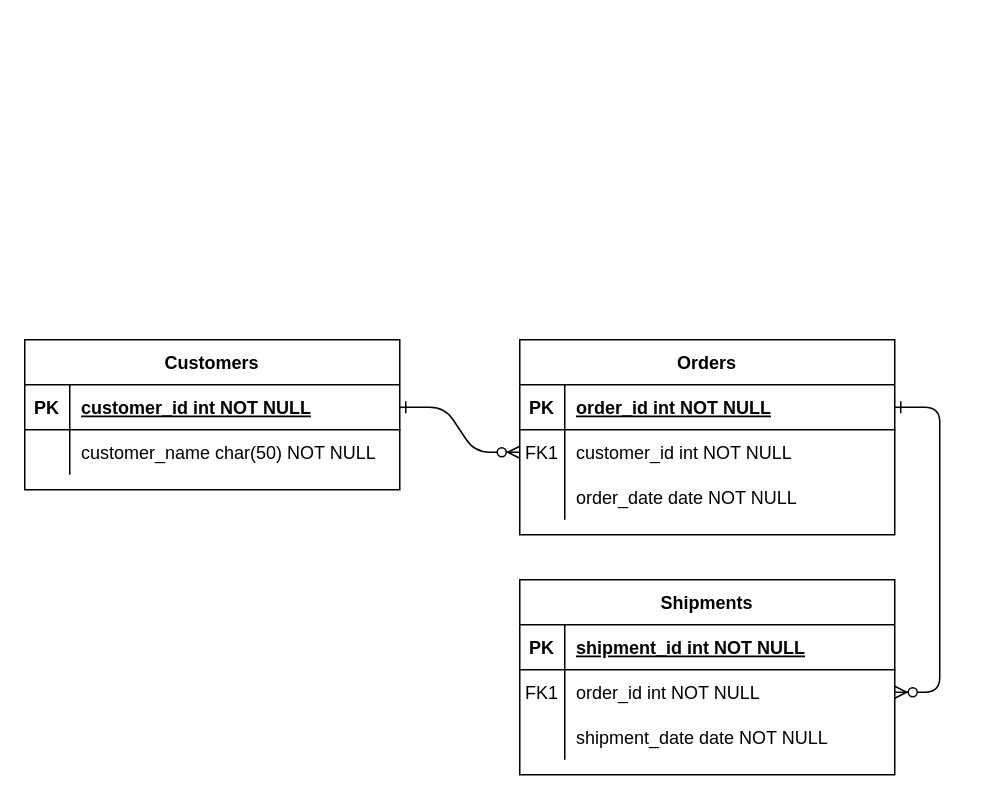
This is ERDiagram.drawio from SongLepal/DKU-Song2-mushroom-HanJung-sik, a draw.io file, before an edit. Source tidied: cells renumbered, new cells numbered last; positions are measured from the earlier drawing's top-left corner, leaving out a move shared by most shapes. Both pictures are drawn from the tidied source at 150%, with x=0, y=0 at pixel (24, 339).
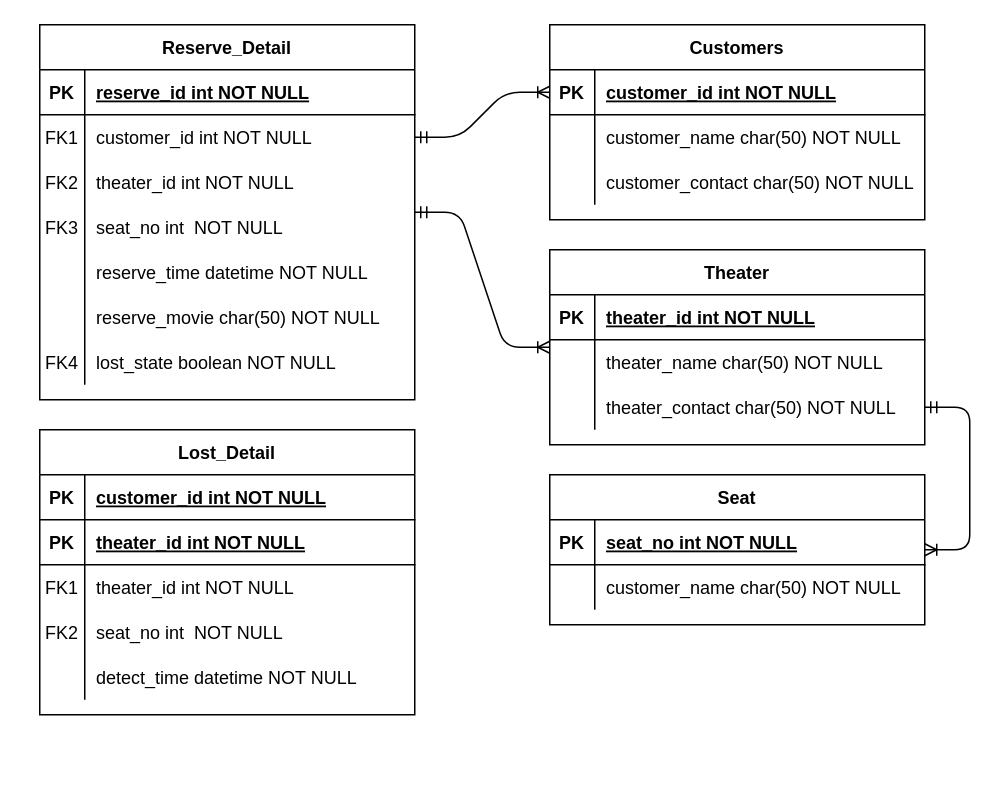
The same page after the edit.

Unchanged cells that the change refers to:
```xml
<mxCell id="5" style="shape=partialRectangle;fillColor=none;points=[[0,0.5],[1,0.5]];portConstraint=eastwest;top=0;left=0;right=0;bottom=1;" parent="4" vertex="1">
  <mxGeometry y="30" width="250" height="30" as="geometry" />
</mxCell>
<mxCell id="8" style="shape=partialRectangle;fillColor=none;points=[[0,0.5],[1,0.5]];portConstraint=eastwest;top=0;left=0;right=0;bottom=0;" parent="4" vertex="1">
  <mxGeometry y="60" width="250" height="30" as="geometry" />
</mxCell>
<mxCell id="15" style="shape=partialRectangle;fillColor=none;top=0;left=0;right=0;bottom=1;" parent="14" vertex="1">
  <mxGeometry y="30" width="250" height="30" as="geometry" />
</mxCell>
<mxCell id="18" style="shape=partialRectangle;fillColor=none;points=[[0,0.5],[1,0.5]];portConstraint=eastwest;top=0;left=0;right=0;bottom=0;" parent="14" vertex="1">
  <mxGeometry y="60" width="250" height="30" as="geometry" />
</mxCell>
<mxCell id="21" style="shape=partialRectangle;fillColor=none;points=[[0,0.5],[1,0.5]];portConstraint=eastwest;top=0;left=0;right=0;bottom=0;" parent="14" vertex="1">
  <mxGeometry y="90" width="250" height="30" as="geometry" />
</mxCell>
<mxCell id="25" style="shape=partialRectangle;fillColor=none;points=[[0,0.5],[1,0.5]];portConstraint=eastwest;top=0;left=0;right=0;bottom=1;" parent="24" vertex="1">
  <mxGeometry y="30" width="250" height="30" as="geometry" />
</mxCell>
```

What changed in the source:
```diff
@@
-    <mxCell id="2" style="edgeStyle=entityRelationEdgeStyle;endArrow=ERzeroToMany;startArrow=ERone;endFill=1;startFill=0;" parent="1" edge="1" source="25" target="8">
-      <mxGeometry relative="1" as="geometry" />
-    </mxCell>
-    <mxCell id="3" style="edgeStyle=entityRelationEdgeStyle;endArrow=ERzeroToMany;startArrow=ERone;endFill=1;startFill=0;" parent="1" edge="1" source="5" target="18">
-      <mxGeometry relative="1" as="geometry" />
-    </mxCell>
-    <mxCell id="4" value="Orders" style="shape=table;startSize=30;childLayout=tableLayout;rowLines=0;fontStyle=1;align=center;" parent="1" vertex="1">
-      <mxGeometry x="330" width="250" height="130" as="geometry" />
+    <mxCell id="4" value="Reserve_Detail" style="shape=table;startSize=30;childLayout=tableLayout;rowLines=0;fontStyle=1;align=center;" parent="1" vertex="1">
+      <mxGeometry x="10" y="-210" width="250" height="250" as="geometry" />
     </mxCell>
@@
-    <mxCell id="7" value="order_id int NOT NULL " style="shape=partialRectangle;overflow=hidden;fillColor=none;top=0;left=0;bottom=0;right=0;align=left;spacingLeft=6;fontStyle=5;" parent="5" vertex="1">
+    <mxCell id="7" value="reserve_id int NOT NULL " style="shape=partialRectangle;overflow=hidden;fillColor=none;top=0;left=0;bottom=0;right=0;align=left;spacingLeft=6;fontStyle=5;" parent="5" vertex="1">
       <mxGeometry x="30" width="220" height="30" as="geometry" />
     </mxCell>
@@
+    <mxCell id="31" style="shape=partialRectangle;fillColor=none;top=0;left=0;right=0;bottom=0;" parent="4" vertex="1">
+      <mxGeometry y="90" width="250" height="30" as="geometry" />
+    </mxCell>
+    <mxCell id="32" value="FK2" style="shape=partialRectangle;overflow=hidden;fillColor=none;top=0;left=0;bottom=0;right=0;" parent="31" vertex="1">
+      <mxGeometry width="30" height="30" as="geometry" />
+    </mxCell>
+    <mxCell id="33" value="theater_id int NOT NULL" style="shape=partialRectangle;overflow=hidden;fillColor=none;top=0;left=0;bottom=0;right=0;align=left;spacingLeft=6;" parent="31" vertex="1">
+      <mxGeometry x="30" width="220" height="30" as="geometry" />
+    </mxCell>
     <mxCell id="11" style="shape=partialRectangle;fillColor=none;top=0;left=0;right=0;bottom=0;" parent="4" vertex="1">
-      <mxGeometry y="90" width="250" height="30" as="geometry" />
+      <mxGeometry y="120" width="250" height="30" as="geometry" />
     </mxCell>
-    <mxCell id="12" style="shape=partialRectangle;overflow=hidden;fillColor=none;top=0;left=0;bottom=0;right=0;" parent="11" vertex="1">
+    <mxCell id="12" value="FK3" style="shape=partialRectangle;overflow=hidden;fillColor=none;top=0;left=0;bottom=0;right=0;" parent="11" vertex="1">
       <mxGeometry width="30" height="30" as="geometry" />
     </mxCell>
-    <mxCell id="13" value="order_date date NOT NULL" style="shape=partialRectangle;overflow=hidden;fillColor=none;top=0;left=0;bottom=0;right=0;align=left;spacingLeft=6;" parent="11" vertex="1">
+    <mxCell id="13" value="seat_no int  NOT NULL" style="shape=partialRectangle;overflow=hidden;fillColor=none;top=0;left=0;bottom=0;right=0;align=left;spacingLeft=6;" parent="11" vertex="1">
       <mxGeometry x="30" width="220" height="30" as="geometry" />
     </mxCell>
+    <mxCell id="34" style="shape=partialRectangle;fillColor=none;top=0;left=0;right=0;bottom=0;" parent="4" vertex="1">
+      <mxGeometry y="150" width="250" height="30" as="geometry" />
+    </mxCell>
+    <mxCell id="35" style="shape=partialRectangle;overflow=hidden;fillColor=none;top=0;left=0;bottom=0;right=0;" parent="34" vertex="1">
+      <mxGeometry width="30" height="30" as="geometry" />
+    </mxCell>
+    <mxCell id="36" value="reserve_time datetime NOT NULL" style="shape=partialRectangle;overflow=hidden;fillColor=none;top=0;left=0;bottom=0;right=0;align=left;spacingLeft=6;" parent="34" vertex="1">
+      <mxGeometry x="30" width="220" height="30" as="geometry" />
+    </mxCell>
+    <mxCell id="37" style="shape=partialRectangle;fillColor=none;top=0;left=0;right=0;bottom=0;" parent="4" vertex="1">
+      <mxGeometry y="180" width="250" height="30" as="geometry" />
+    </mxCell>
+    <mxCell id="38" style="shape=partialRectangle;overflow=hidden;fillColor=none;top=0;left=0;bottom=0;right=0;" parent="37" vertex="1">
+      <mxGeometry width="30" height="30" as="geometry" />
+    </mxCell>
+    <mxCell id="39" value="reserve_movie char(50) NOT NULL" style="shape=partialRectangle;overflow=hidden;fillColor=none;top=0;left=0;bottom=0;right=0;align=left;spacingLeft=6;" parent="37" vertex="1">
+      <mxGeometry x="30" width="220" height="30" as="geometry" />
+    </mxCell>
+    <mxCell id="40" style="shape=partialRectangle;fillColor=none;top=0;left=0;right=0;bottom=0;" parent="4" vertex="1">
+      <mxGeometry y="210" width="250" height="30" as="geometry" />
+    </mxCell>
+    <mxCell id="41" value="FK4" style="shape=partialRectangle;overflow=hidden;fillColor=none;top=0;left=0;bottom=0;right=0;" parent="40" vertex="1">
+      <mxGeometry width="30" height="30" as="geometry" />
+    </mxCell>
+    <mxCell id="42" value="lost_state boolean NOT NULL" style="shape=partialRectangle;overflow=hidden;fillColor=none;top=0;left=0;bottom=0;right=0;align=left;spacingLeft=6;" parent="40" vertex="1">
+      <mxGeometry x="30" width="220" height="30" as="geometry" />
+    </mxCell>
-    <mxCell id="14" value="Shipments" style="shape=table;startSize=30;childLayout=tableLayout;rowLines=0;fontStyle=1;align=center;" parent="1" vertex="1">
-      <mxGeometry x="330" y="160" width="250" height="130" as="geometry" />
+    <mxCell id="14" value="Theater" style="shape=table;startSize=30;childLayout=tableLayout;rowLines=0;fontStyle=1;align=center;" parent="1" vertex="1">
+      <mxGeometry x="350" y="-60" width="250" height="130" as="geometry" />
     </mxCell>
@@
-    <mxCell id="17" value="shipment_id int NOT NULL " style="shape=partialRectangle;overflow=hidden;fillColor=none;top=0;left=0;bottom=0;right=0;align=left;spacingLeft=6;fontStyle=5;" parent="15" vertex="1">
+    <mxCell id="17" value="theater_id int NOT NULL " style="shape=partialRectangle;overflow=hidden;fillColor=none;top=0;left=0;bottom=0;right=0;align=left;spacingLeft=6;fontStyle=5;" parent="15" vertex="1">
       <mxGeometry x="30" width="220" height="30" as="geometry" />
     </mxCell>
@@
-    <mxCell id="19" value="FK1" style="shape=partialRectangle;overflow=hidden;fillColor=none;top=0;left=0;bottom=0;right=0;" parent="18" vertex="1">
+    <mxCell id="19" style="shape=partialRectangle;overflow=hidden;fillColor=none;top=0;left=0;bottom=0;right=0;" parent="18" vertex="1">
       <mxGeometry width="30" height="30" as="geometry" />
     </mxCell>
-    <mxCell id="20" value="order_id int NOT NULL" style="shape=partialRectangle;overflow=hidden;fillColor=none;top=0;left=0;bottom=0;right=0;align=left;spacingLeft=6;" parent="18" vertex="1">
+    <mxCell id="20" value="theater_name char(50) NOT NULL" style="shape=partialRectangle;overflow=hidden;fillColor=none;top=0;left=0;bottom=0;right=0;align=left;spacingLeft=6;" parent="18" vertex="1">
       <mxGeometry x="30" width="220" height="30" as="geometry" />
     </mxCell>
@@
-    <mxCell id="23" value="shipment_date date NOT NULL" style="shape=partialRectangle;overflow=hidden;fillColor=none;top=0;left=0;bottom=0;right=0;align=left;spacingLeft=6;" parent="21" vertex="1">
+    <mxCell id="23" value="theater_contact char(50) NOT NULL" style="shape=partialRectangle;overflow=hidden;fillColor=none;top=0;left=0;bottom=0;right=0;align=left;spacingLeft=6;" parent="21" vertex="1">
       <mxGeometry x="30" width="220" height="30" as="geometry" />
     </mxCell>
-    <mxCell id="24" value="Customers" style="shape=table;startSize=30;childLayout=tableLayout;rowLines=0;fontStyle=1;align=center;" parent="1" vertex="1">
-      <mxGeometry width="250" height="100" as="geometry" />
+    <mxCell id="24" value="Seat" style="shape=table;startSize=30;childLayout=tableLayout;rowLines=0;fontStyle=1;align=center;" parent="1" vertex="1">
+      <mxGeometry x="350" y="90" width="250" height="100" as="geometry" />
     </mxCell>
@@
-    <mxCell id="27" value="customer_id int NOT NULL " style="shape=partialRectangle;overflow=hidden;fillColor=none;top=0;left=0;bottom=0;right=0;align=left;spacingLeft=6;fontStyle=5;" parent="25" vertex="1">
+    <mxCell id="27" value="seat_no int NOT NULL" style="shape=partialRectangle;overflow=hidden;fillColor=none;top=0;left=0;bottom=0;right=0;align=left;spacingLeft=6;fontStyle=5;" parent="25" vertex="1">
       <mxGeometry x="30" width="220" height="30" as="geometry" />
     </mxCell>
@@
+    <mxCell id="43" value="Customers" style="shape=table;startSize=30;childLayout=tableLayout;rowLines=0;fontStyle=1;align=center;" parent="1" vertex="1">
+      <mxGeometry x="350" y="-210" width="250" height="130" as="geometry" />
+    </mxCell>
+    <mxCell id="44" style="shape=partialRectangle;fillColor=none;points=[[0,0.5],[1,0.5]];portConstraint=eastwest;top=0;left=0;right=0;bottom=1;" parent="43" vertex="1">
+      <mxGeometry y="30" width="250" height="30" as="geometry" />
+    </mxCell>
+    <mxCell id="45" value="PK" style="shape=partialRectangle;overflow=hidden;fillColor=none;top=0;left=0;bottom=0;right=0;fontStyle=1;" parent="44" vertex="1">
+      <mxGeometry width="30" height="30" as="geometry" />
+    </mxCell>
+    <mxCell id="46" value="customer_id int NOT NULL " style="shape=partialRectangle;overflow=hidden;fillColor=none;top=0;left=0;bottom=0;right=0;align=left;spacingLeft=6;fontStyle=5;" parent="44" vertex="1">
+      <mxGeometry x="30" width="220" height="30" as="geometry" />
+    </mxCell>
+    <mxCell id="47" style="shape=partialRectangle;fillColor=none;top=0;left=0;right=0;bottom=0;" parent="43" vertex="1">
+      <mxGeometry y="60" width="250" height="30" as="geometry" />
+    </mxCell>
+    <mxCell id="48" style="shape=partialRectangle;overflow=hidden;fillColor=none;top=0;left=0;bottom=0;right=0;" parent="47" vertex="1">
+      <mxGeometry width="30" height="30" as="geometry" />
+    </mxCell>
+    <mxCell id="49" value="customer_name char(50) NOT NULL" style="shape=partialRectangle;overflow=hidden;fillColor=none;top=0;left=0;bottom=0;right=0;align=left;spacingLeft=6;" parent="47" vertex="1">
+      <mxGeometry x="30" width="220" height="30" as="geometry" />
+    </mxCell>
+    <mxCell id="50" style="shape=partialRectangle;fillColor=none;top=0;left=0;right=0;bottom=0;" parent="43" vertex="1">
+      <mxGeometry y="90" width="250" height="30" as="geometry" />
+    </mxCell>
+    <mxCell id="51" style="shape=partialRectangle;overflow=hidden;fillColor=none;top=0;left=0;bottom=0;right=0;" parent="50" vertex="1">
+      <mxGeometry width="30" height="30" as="geometry" />
+    </mxCell>
+    <mxCell id="52" value="customer_contact char(50) NOT NULL" style="shape=partialRectangle;overflow=hidden;fillColor=none;top=0;left=0;bottom=0;right=0;align=left;spacingLeft=6;strokeColor=#FF3333;" parent="50" vertex="1">
+      <mxGeometry x="30" width="220" height="30" as="geometry" />
+    </mxCell>
+    <mxCell id="53" value="Lost_Detail" style="shape=table;startSize=30;childLayout=tableLayout;rowLines=0;fontStyle=1;align=center;" parent="1" vertex="1">
+      <mxGeometry x="10" y="60" width="250" height="190" as="geometry" />
+    </mxCell>
+    <mxCell id="54" style="shape=partialRectangle;fillColor=none;top=0;left=0;right=0;bottom=1;" parent="53" vertex="1">
+      <mxGeometry y="30" width="250" height="30" as="geometry" />
+    </mxCell>
+    <mxCell id="55" value="PK" style="shape=partialRectangle;overflow=hidden;fillColor=none;top=0;left=0;bottom=0;right=0;fontStyle=1;" parent="54" vertex="1">
+      <mxGeometry width="30" height="30" as="geometry" />
+    </mxCell>
+    <mxCell id="56" value="customer_id int NOT NULL " style="shape=partialRectangle;overflow=hidden;fillColor=none;top=0;left=0;bottom=0;right=0;align=left;spacingLeft=6;fontStyle=5;" parent="54" vertex="1">
+      <mxGeometry x="30" width="220" height="30" as="geometry" />
+    </mxCell>
+    <mxCell id="57" style="shape=partialRectangle;fillColor=none;top=0;left=0;right=0;bottom=1;" parent="53" vertex="1">
+      <mxGeometry y="60" width="250" height="30" as="geometry" />
+    </mxCell>
+    <mxCell id="58" value="PK" style="shape=partialRectangle;overflow=hidden;fillColor=none;top=0;left=0;bottom=0;right=0;fontStyle=1;" parent="57" vertex="1">
+      <mxGeometry width="30" height="30" as="geometry" />
+    </mxCell>
+    <mxCell id="59" value="theater_id int NOT NULL" style="shape=partialRectangle;overflow=hidden;fillColor=none;top=0;left=0;bottom=0;right=0;align=left;spacingLeft=6;fontStyle=5;" parent="57" vertex="1">
+      <mxGeometry x="30" width="220" height="30" as="geometry" />
+    </mxCell>
+    <mxCell id="60" style="shape=partialRectangle;fillColor=none;top=0;left=0;right=0;bottom=0;" parent="53" vertex="1">
+      <mxGeometry y="90" width="250" height="30" as="geometry" />
+    </mxCell>
+    <mxCell id="61" value="FK1" style="shape=partialRectangle;overflow=hidden;fillColor=none;top=0;left=0;bottom=0;right=0;" parent="60" vertex="1">
+      <mxGeometry width="30" height="30" as="geometry" />
+    </mxCell>
+    <mxCell id="62" value="theater_id int NOT NULL" style="shape=partialRectangle;overflow=hidden;fillColor=none;top=0;left=0;bottom=0;right=0;align=left;spacingLeft=6;" parent="60" vertex="1">
+      <mxGeometry x="30" width="220" height="30" as="geometry" />
+    </mxCell>
+    <mxCell id="63" style="shape=partialRectangle;fillColor=none;top=0;left=0;right=0;bottom=0;" parent="53" vertex="1">
+      <mxGeometry y="120" width="250" height="30" as="geometry" />
+    </mxCell>
+    <mxCell id="64" value="FK2" style="shape=partialRectangle;overflow=hidden;fillColor=none;top=0;left=0;bottom=0;right=0;" parent="63" vertex="1">
+      <mxGeometry width="30" height="30" as="geometry" />
+    </mxCell>
+    <mxCell id="65" value="seat_no int  NOT NULL" style="shape=partialRectangle;overflow=hidden;fillColor=none;top=0;left=0;bottom=0;right=0;align=left;spacingLeft=6;" parent="63" vertex="1">
+      <mxGeometry x="30" width="220" height="30" as="geometry" />
+    </mxCell>
+    <mxCell id="66" style="shape=partialRectangle;fillColor=none;top=0;left=0;right=0;bottom=0;" parent="53" vertex="1">
+      <mxGeometry y="150" width="250" height="30" as="geometry" />
+    </mxCell>
+    <mxCell id="67" style="shape=partialRectangle;overflow=hidden;fillColor=none;top=0;left=0;bottom=0;right=0;" parent="66" vertex="1">
+      <mxGeometry width="30" height="30" as="geometry" />
+    </mxCell>
+    <mxCell id="68" value="detect_time datetime NOT NULL" style="shape=partialRectangle;overflow=hidden;fillColor=none;top=0;left=0;bottom=0;right=0;align=left;spacingLeft=6;" parent="66" vertex="1">
+      <mxGeometry x="30" width="220" height="30" as="geometry" />
+    </mxCell>
+    <mxCell id="69" style="edgeStyle=entityRelationEdgeStyle;fontSize=12;html=1;endArrow=ERoneToMany;startArrow=ERmandOne;exitX=1;exitY=0.5;exitDx=0;exitDy=0;" parent="1" edge="1" source="21" target="24">
+      <mxGeometry relative="1" as="geometry" />
+    </mxCell>
+    <mxCell id="70" style="edgeStyle=entityRelationEdgeStyle;fontSize=12;html=1;endArrow=ERoneToMany;startArrow=ERmandOne;" parent="1" edge="1" source="4" target="14">
+      <mxGeometry relative="1" as="geometry" />
+    </mxCell>
+    <mxCell id="71" style="edgeStyle=none;rounded=0;orthogonalLoop=1;jettySize=auto;html=1;exitX=0.25;exitY=0;exitDx=0;exitDy=0;" parent="1" edge="1" source="53" target="53">
+      <mxGeometry relative="1" as="geometry" />
+    </mxCell>
+    <mxCell id="72" style="edgeStyle=entityRelationEdgeStyle;fontSize=12;html=1;endArrow=ERoneToMany;startArrow=ERmandOne;exitX=1;exitY=0.5;exitDx=0;exitDy=0;entryX=0;entryY=0.5;entryDx=0;entryDy=0;" parent="1" edge="1" source="8" target="44">
+      <mxGeometry relative="1" as="geometry" />
+    </mxCell>
```
